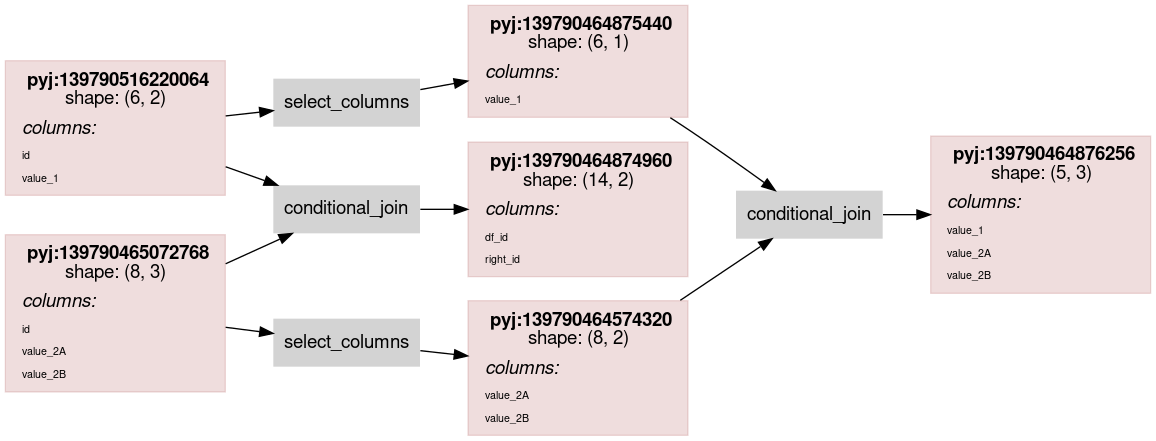
Above: scripts/rdflog/conditional_join.ttl.dot.png in asmirnov69/pyjviz-poc (Graphviz), before the change. Its source is kept beside it as scripts/rdflog/conditional_join.ttl.dot.
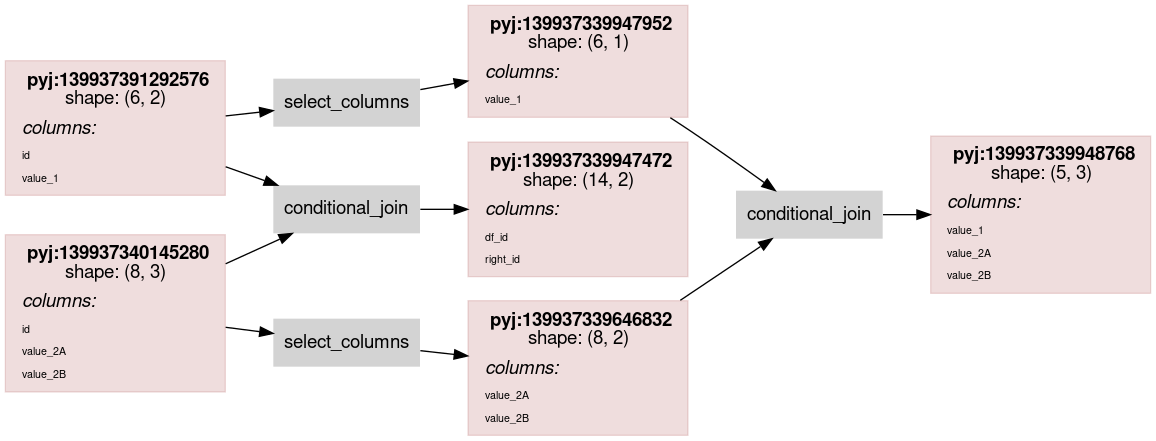
The same diagram one commit later.

Diff of the diagram source:
```diff
@@ -14,7 +14,7 @@
                 color="#88000022"
                 shape = rect
                 label = <<table border="0" cellborder="0" cellspacing="0" cellpadding="4">
-                         <tr> <td> <b>pyj:139790516220064</b><br/>shape: (6, 2)</td> </tr>
+                         <tr> <td> <b>pyj:139937391292576</b><br/>shape: (6, 2)</td> </tr>
                          <tr> <td align="left"><i>columns:</i><br align="left"/></td></tr>
                 <tr><td align="left"><FONT POINT-SIZE="8px">id</FONT></td></tr>
 <tr><td align="left"><FONT POINT-SIZE="8px">value_1</FONT></td></tr>
@@ -24,7 +24,7 @@
                 color="#88000022"
                 shape = rect
                 label = <<table border="0" cellborder="0" cellspacing="0" cellpadding="4">
-                         <tr> <td> <b>pyj:139790464874960</b><br/>shape: (14, 2)</td> </tr>
+                         <tr> <td> <b>pyj:139937339947472</b><br/>shape: (14, 2)</td> </tr>
                          <tr> <td align="left"><i>columns:</i><br align="left"/></td></tr>
                 <tr><td align="left"><FONT POINT-SIZE="8px">df_id</FONT></td></tr>
 <tr><td align="left"><FONT POINT-SIZE="8px">right_id</FONT></td></tr>
@@ -34,7 +34,7 @@
                 color="#88000022"
                 shape = rect
                 label = <<table border="0" cellborder="0" cellspacing="0" cellpadding="4">
-                         <tr> <td> <b>pyj:139790465072768</b><br/>shape: (8, 3)</td> </tr>
+                         <tr> <td> <b>pyj:139937340145280</b><br/>shape: (8, 3)</td> </tr>
                          <tr> <td align="left"><i>columns:</i><br align="left"/></td></tr>
                 <tr><td align="left"><FONT POINT-SIZE="8px">id</FONT></td></tr>
 <tr><td align="left"><FONT POINT-SIZE="8px">value_2A</FONT></td></tr>
@@ -45,7 +45,7 @@
                 color="#88000022"
                 shape = rect
                 label = <<table border="0" cellborder="0" cellspacing="0" cellpadding="4">
-                         <tr> <td> <b>pyj:139790464875440</b><br/>shape: (6, 1)</td> </tr>
+                         <tr> <td> <b>pyj:139937339947952</b><br/>shape: (6, 1)</td> </tr>
                          <tr> <td align="left"><i>columns:</i><br align="left"/></td></tr>
                 <tr><td align="left"><FONT POINT-SIZE="8px">value_1</FONT></td></tr>
                          </table>>
@@ -54,7 +54,7 @@
                 color="#88000022"
                 shape = rect
                 label = <<table border="0" cellborder="0" cellspacing="0" cellpadding="4">
-                         <tr> <td> <b>pyj:139790464574320</b><br/>shape: (8, 2)</td> </tr>
+                         <tr> <td> <b>pyj:139937339646832</b><br/>shape: (8, 2)</td> </tr>
                          <tr> <td align="left"><i>columns:</i><br align="left"/></td></tr>
                 <tr><td align="left"><FONT POINT-SIZE="8px">value_2A</FONT></td></tr>
 <tr><td align="left"><FONT POINT-SIZE="8px">value_2B</FONT></td></tr>
@@ -64,7 +64,7 @@
                 color="#88000022"
                 shape = rect
                 label = <<table border="0" cellborder="0" cellspacing="0" cellpadding="4">
-                         <tr> <td> <b>pyj:139790464876256</b><br/>shape: (5, 3)</td> </tr>
+                         <tr> <td> <b>pyj:139937339948768</b><br/>shape: (5, 3)</td> </tr>
                          <tr> <td align="left"><i>columns:</i><br align="left"/></td></tr>
                 <tr><td align="left"><FONT POINT-SIZE="8px">value_1</FONT></td></tr>
 <tr><td align="left"><FONT POINT-SIZE="8px">value_2A</FONT></td></tr>
```
